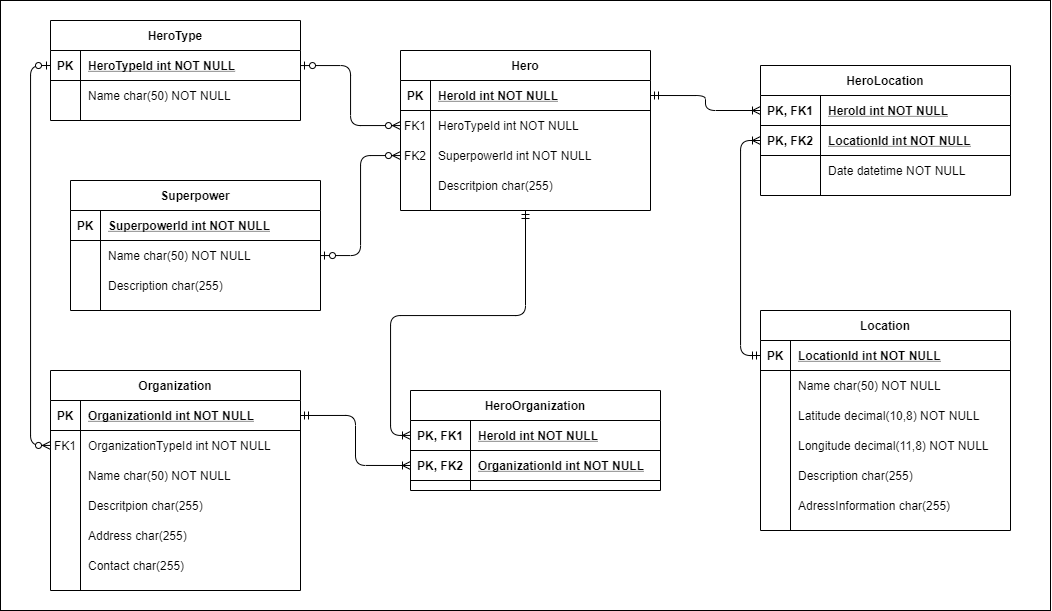
NacerSebtiMS/Superhero-Sightings-Spring-Boot-Web-App keeps this draw.io diagram as SuperheroSightingsERD.png. Above is the earlier version. Source tidied: cells renumbered, new cells last; positions are measured from the earlier drawing's top-left corner, leaving out a move shared by most shapes.
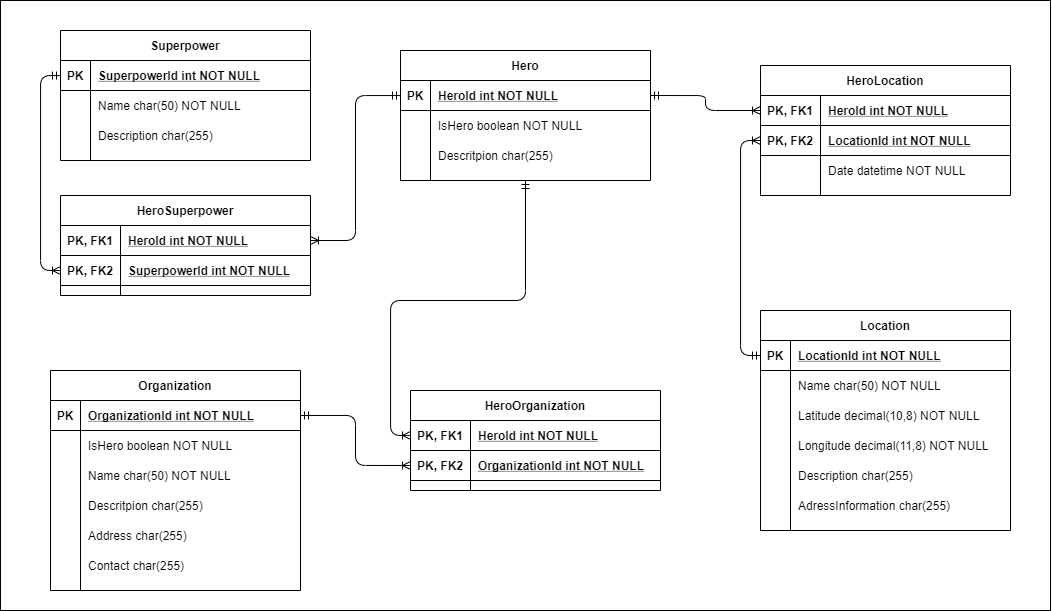
After the commit.

Commit message:
Added many to many relationship between superpower and hero, removed herotype and added a boolean in hero table to replace it

Diff of the diagram source:
```diff
@@ -5,11 +5,8 @@
     <mxCell id="2" style="rounded=0;whiteSpace=wrap;html=1;" parent="1" vertex="1">
       <mxGeometry width="1050" height="610" as="geometry" />
     </mxCell>
-    <mxCell id="3" style="edgeStyle=orthogonalEdgeStyle;endArrow=ERzeroToMany;startArrow=ERzeroToOne;endFill=1;startFill=1;" parent="1" edge="1" source="18" target="8">
-      <mxGeometry relative="1" as="geometry" />
-    </mxCell>
     <mxCell id="4" value="Hero" style="shape=table;startSize=30;rowLines=0;fontStyle=1;align=center;" parent="1" vertex="1">
-      <mxGeometry x="400" y="50" width="250" height="160" as="geometry" />
+      <mxGeometry x="400" y="50" width="250" height="130" as="geometry" />
     </mxCell>
     <mxCell id="5" style="shape=partialRectangle;fillColor=none;points=[[0,0.5],[1,0.5]];portConstraint=eastwest;top=0;left=0;right=0;bottom=1;" parent="4" vertex="1">
       <mxGeometry y="30" width="250" height="30" as="geometry" />
@@ -20,26 +17,17 @@
     <mxCell id="7" value="HeroId int NOT NULL " style="shape=partialRectangle;overflow=hidden;fillColor=none;top=0;left=0;bottom=0;right=0;align=left;spacingLeft=6;fontStyle=5;" parent="5" vertex="1">
       <mxGeometry x="30" width="220" height="30" as="geometry" />
     </mxCell>
-    <mxCell id="8" style="shape=partialRectangle;fillColor=none;points=[[0,0.5],[1,0.5]];portConstraint=eastwest;top=0;left=0;right=0;bottom=0;" parent="4" vertex="1">
-      <mxGeometry y="60" width="250" height="30" as="geometry" />
-    </mxCell>
-    <mxCell id="9" value="FK1" style="shape=partialRectangle;overflow=hidden;fillColor=none;top=0;left=0;bottom=0;right=0;" parent="8" vertex="1">
-      <mxGeometry width="30" height="30" as="geometry" />
-    </mxCell>
-    <mxCell id="10" value="HeroTypeId int NOT NULL" style="shape=partialRectangle;overflow=hidden;fillColor=none;top=0;left=0;bottom=0;right=0;align=left;spacingLeft=6;" parent="8" vertex="1">
-      <mxGeometry x="30" width="220" height="30" as="geometry" />
-    </mxCell>
-    <mxCell id="11" style="shape=partialRectangle;fillColor=none;points=[[0,0.5],[1,0.5]];portConstraint=eastwest;top=0;left=0;right=0;bottom=0;" parent="4" vertex="1">
-      <mxGeometry y="90" width="250" height="30" as="geometry" />
-    </mxCell>
-    <mxCell id="12" value="FK2" style="shape=partialRectangle;overflow=hidden;fillColor=none;top=0;left=0;bottom=0;right=0;" parent="11" vertex="1">
-      <mxGeometry width="30" height="30" as="geometry" />
-    </mxCell>
-    <mxCell id="13" value="SuperpowerId int NOT NULL" style="shape=partialRectangle;overflow=hidden;fillColor=none;top=0;left=0;bottom=0;right=0;align=left;spacingLeft=6;" parent="11" vertex="1">
-      <mxGeometry x="30" width="220" height="30" as="geometry" />
-    </mxCell>
+    <mxCell id="95" style="shape=partialRectangle;fillColor=none;top=0;left=0;right=0;bottom=0;" parent="4" vertex="1">
+      <mxGeometry y="60" width="250" height="30" as="geometry" />
+    </mxCell>
+    <mxCell id="22" style="shape=partialRectangle;overflow=hidden;fillColor=none;top=0;left=0;bottom=0;right=0;" parent="95" vertex="1">
+      <mxGeometry width="30" height="30" as="geometry" />
+    </mxCell>
+    <mxCell id="96" value="IsHero boolean NOT NULL" style="shape=partialRectangle;overflow=hidden;fillColor=none;top=0;left=0;bottom=0;right=0;align=left;spacingLeft=6;" parent="95" vertex="1">
+      <mxGeometry x="30" width="220" height="30" as="geometry" />
+    </mxCell>
     <mxCell id="14" style="shape=partialRectangle;fillColor=none;top=0;left=0;right=0;bottom=0;" parent="4" vertex="1">
-      <mxGeometry y="120" width="250" height="30" as="geometry" />
+      <mxGeometry y="90" width="250" height="30" as="geometry" />
     </mxCell>
     <mxCell id="15" style="shape=partialRectangle;overflow=hidden;fillColor=none;top=0;left=0;bottom=0;right=0;" parent="14" vertex="1">
       <mxGeometry width="30" height="30" as="geometry" />
@@ -47,29 +35,8 @@
     <mxCell id="16" value="Descritpion char(255)" style="shape=partialRectangle;overflow=hidden;fillColor=none;top=0;left=0;bottom=0;right=0;align=left;spacingLeft=6;" parent="14" vertex="1">
       <mxGeometry x="30" width="220" height="30" as="geometry" />
     </mxCell>
-    <mxCell id="17" value="HeroType" style="shape=table;startSize=30;rowLines=0;fontStyle=1;align=center;" parent="1" vertex="1">
-      <mxGeometry x="50" y="20" width="250" height="100" as="geometry" />
-    </mxCell>
-    <mxCell id="18" style="shape=partialRectangle;fillColor=none;points=[[0,0.5],[1,0.5]];portConstraint=eastwest;top=0;left=0;right=0;bottom=1;" parent="17" vertex="1">
-      <mxGeometry y="30" width="250" height="30" as="geometry" />
-    </mxCell>
-    <mxCell id="19" value="PK" style="shape=partialRectangle;overflow=hidden;fillColor=none;top=0;left=0;bottom=0;right=0;fontStyle=1;" parent="18" vertex="1">
-      <mxGeometry width="30" height="30" as="geometry" />
-    </mxCell>
-    <mxCell id="20" value="HeroTypeId int NOT NULL " style="shape=partialRectangle;overflow=hidden;fillColor=none;top=0;left=0;bottom=0;right=0;align=left;spacingLeft=6;fontStyle=5;" parent="18" vertex="1">
-      <mxGeometry x="30" width="220" height="30" as="geometry" />
-    </mxCell>
-    <mxCell id="21" style="shape=partialRectangle;fillColor=none;top=0;left=0;right=0;bottom=0;" parent="17" vertex="1">
-      <mxGeometry y="60" width="250" height="30" as="geometry" />
-    </mxCell>
-    <mxCell id="22" style="shape=partialRectangle;overflow=hidden;fillColor=none;top=0;left=0;bottom=0;right=0;" parent="21" vertex="1">
-      <mxGeometry width="30" height="30" as="geometry" />
-    </mxCell>
-    <mxCell id="23" value="Name char(50) NOT NULL" style="shape=partialRectangle;overflow=hidden;fillColor=none;top=0;left=0;bottom=0;right=0;align=left;spacingLeft=6;" parent="21" vertex="1">
-      <mxGeometry x="30" width="220" height="30" as="geometry" />
-    </mxCell>
     <mxCell id="24" value="Superpower" style="shape=table;startSize=30;rowLines=0;fontStyle=1;align=center;" parent="1" vertex="1">
-      <mxGeometry x="70" y="180" width="250" height="130" as="geometry" />
+      <mxGeometry x="60" y="30" width="250" height="130" as="geometry" />
     </mxCell>
     <mxCell id="25" style="shape=partialRectangle;fillColor=none;points=[[0,0.5],[1,0.5]];portConstraint=eastwest;top=0;left=0;right=0;bottom=1;" parent="24" vertex="1">
       <mxGeometry y="30" width="250" height="30" as="geometry" />
@@ -98,9 +65,6 @@
     <mxCell id="33" value="Description char(255)" style="shape=partialRectangle;overflow=hidden;fillColor=none;top=0;left=0;bottom=0;right=0;align=left;spacingLeft=6;" parent="31" vertex="1">
       <mxGeometry x="30" width="220" height="30" as="geometry" />
     </mxCell>
-    <mxCell id="34" style="edgeStyle=orthogonalEdgeStyle;rounded=1;jettySize=auto;html=1;startArrow=ERzeroToOne;startFill=1;endArrow=ERzeroToMany;endFill=1;" parent="1" edge="1" source="28" target="11">
-      <mxGeometry relative="1" as="geometry" />
-    </mxCell>
     <mxCell id="35" value="Location" style="shape=table;startSize=30;rowLines=0;fontStyle=1;align=center;" parent="1" vertex="1">
       <mxGeometry x="760" y="310" width="250" height="220" as="geometry" />
     </mxCell>
@@ -209,10 +173,10 @@
     <mxCell id="70" style="shape=partialRectangle;fillColor=none;points=[[0,0.5],[1,0.5]];portConstraint=eastwest;top=0;left=0;right=0;bottom=0;" parent="66" vertex="1">
       <mxGeometry y="60" width="250" height="30" as="geometry" />
     </mxCell>
-    <mxCell id="71" value="FK1" style="shape=partialRectangle;overflow=hidden;fillColor=none;top=0;left=0;bottom=0;right=0;" parent="70" vertex="1">
+    <mxCell id="71" style="shape=partialRectangle;overflow=hidden;fillColor=none;top=0;left=0;bottom=0;right=0;" parent="70" vertex="1">
       <mxGeometry width="30" height="30" as="geometry" />
     </mxCell>
-    <mxCell id="72" value="OrganizationTypeId int NOT NULL" style="shape=partialRectangle;overflow=hidden;fillColor=none;top=0;left=0;bottom=0;right=0;align=left;spacingLeft=6;" parent="70" vertex="1">
+    <mxCell id="72" value="IsHero boolean NOT NULL" style="shape=partialRectangle;overflow=hidden;fillColor=none;top=0;left=0;bottom=0;right=0;align=left;spacingLeft=6;" parent="70" vertex="1">
       <mxGeometry x="30" width="220" height="30" as="geometry" />
     </mxCell>
     <mxCell id="73" style="shape=partialRectangle;fillColor=none;top=0;left=0;right=0;bottom=0;" parent="66" vertex="1">
@@ -251,9 +215,6 @@
     <mxCell id="84" value="Contact char(255)" style="shape=partialRectangle;overflow=hidden;fillColor=none;top=0;left=0;bottom=0;right=0;align=left;spacingLeft=6;" parent="82" vertex="1">
       <mxGeometry x="30" width="220" height="30" as="geometry" />
     </mxCell>
-    <mxCell id="85" style="edgeStyle=orthogonalEdgeStyle;rounded=1;jettySize=auto;html=1;entryX=0;entryY=0.5;entryDx=0;entryDy=0;endArrow=ERzeroToOne;endFill=1;startArrow=ERzeroToMany;startFill=1;" parent="1" edge="1" source="70" target="18">
-      <mxGeometry relative="1" as="geometry" />
-    </mxCell>
     <mxCell id="86" value="HeroOrganization" style="shape=table;startSize=30;rowLines=0;fontStyle=1;align=center;" parent="1" vertex="1">
       <mxGeometry x="410" y="390" width="250" height="100" as="geometry" />
     </mxCell>
@@ -281,5 +242,32 @@
     <mxCell id="94" style="edgeStyle=orthogonalEdgeStyle;rounded=1;jettySize=auto;html=1;exitX=0;exitY=0.5;exitDx=0;exitDy=0;entryX=1;entryY=0.5;entryDx=0;entryDy=0;endArrow=ERmandOne;endFill=0;startArrow=ERoneToMany;startFill=0;" parent="1" edge="1" source="90" target="67">
       <mxGeometry relative="1" as="geometry" />
     </mxCell>
+    <mxCell id="97" value="HeroSuperpower" style="shape=table;startSize=30;rowLines=0;fontStyle=1;align=center;" parent="1" vertex="1">
+      <mxGeometry x="60" y="195" width="250" height="100" as="geometry" />
+    </mxCell>
+    <mxCell id="18" style="shape=partialRectangle;fillColor=none;points=[[0,0.5],[1,0.5]];portConstraint=eastwest;top=0;left=0;right=0;bottom=1;" parent="97" vertex="1">
+      <mxGeometry y="30" width="250" height="30" as="geometry" />
+    </mxCell>
+    <mxCell id="98" value="PK, FK1" style="shape=partialRectangle;overflow=hidden;fillColor=none;top=0;left=0;bottom=0;right=0;fontStyle=1;" parent="18" vertex="1">
+      <mxGeometry width="60" height="30" as="geometry" />
+    </mxCell>
+    <mxCell id="99" value="HeroId int NOT NULL " style="shape=partialRectangle;overflow=hidden;fillColor=none;top=0;left=0;bottom=0;right=0;align=left;spacingLeft=6;fontStyle=5;" parent="18" vertex="1">
+      <mxGeometry x="60" width="190" height="30" as="geometry" />
+    </mxCell>
+    <mxCell id="100" style="shape=partialRectangle;fillColor=none;points=[[0,0.5],[1,0.5]];portConstraint=eastwest;top=0;left=0;right=0;bottom=1;" parent="97" vertex="1">
+      <mxGeometry y="60" width="250" height="30" as="geometry" />
+    </mxCell>
+    <mxCell id="101" value="PK, FK2" style="shape=partialRectangle;overflow=hidden;fillColor=none;top=0;left=0;bottom=0;right=0;fontStyle=1;" parent="100" vertex="1">
+      <mxGeometry width="60" height="30" as="geometry" />
+    </mxCell>
+    <mxCell id="13" value="SuperpowerId int NOT NULL " style="shape=partialRectangle;overflow=hidden;fillColor=none;top=0;left=0;bottom=0;right=0;align=left;spacingLeft=6;fontStyle=5;" parent="100" vertex="1">
+      <mxGeometry x="60" width="190" height="30" as="geometry" />
+    </mxCell>
+    <mxCell id="102" style="edgeStyle=orthogonalEdgeStyle;rounded=1;jettySize=auto;html=1;entryX=1;entryY=0.5;entryDx=0;entryDy=0;startArrow=ERmandOne;startFill=0;endArrow=ERoneToMany;endFill=0;" parent="1" edge="1" source="5" target="18">
+      <mxGeometry relative="1" as="geometry" />
+    </mxCell>
+    <mxCell id="103" style="edgeStyle=orthogonalEdgeStyle;rounded=1;jettySize=auto;html=1;entryX=0;entryY=0.5;entryDx=0;entryDy=0;startArrow=ERmandOne;startFill=0;endArrow=ERoneToMany;endFill=0;" parent="1" edge="1" source="25" target="100">
+      <mxGeometry relative="1" as="geometry" />
+    </mxCell>
   </root>
 </mxGraphModel>
```
